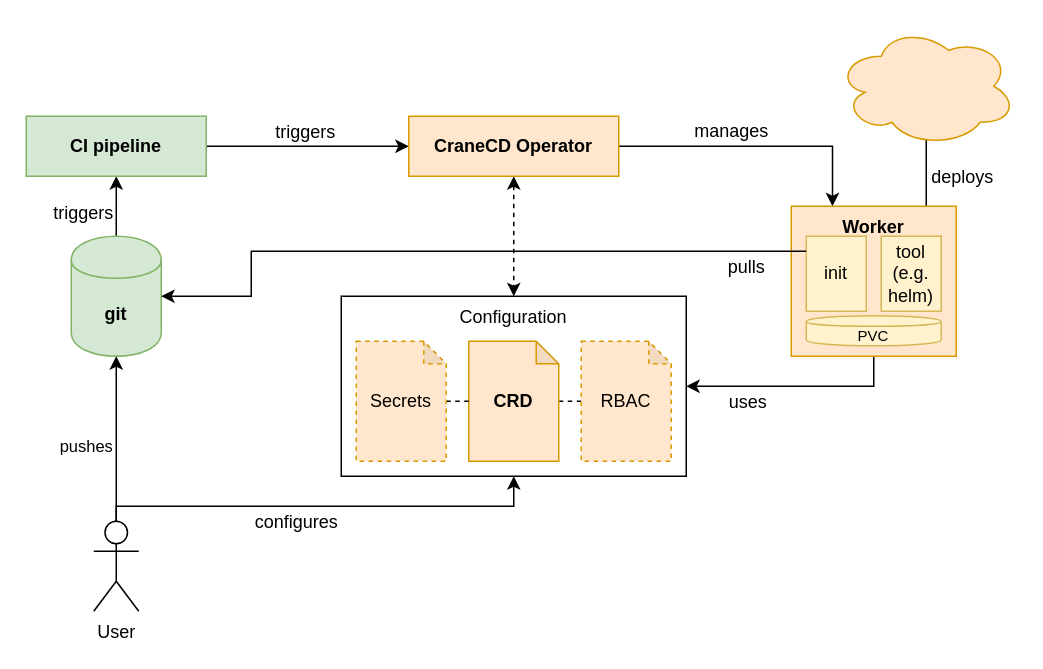
trevex/cranecd keeps this draw.io diagram as docs/overview.drawio. Above is the earlier version. Source tidied: cells renumbered, new cells numbered last; positions are measured from the earlier drawing's top-left corner, leaving out a move shared by most shapes. Both pictures are drawn from the tidied source at 150%, with x=0, y=0 at pixel (26, 26).
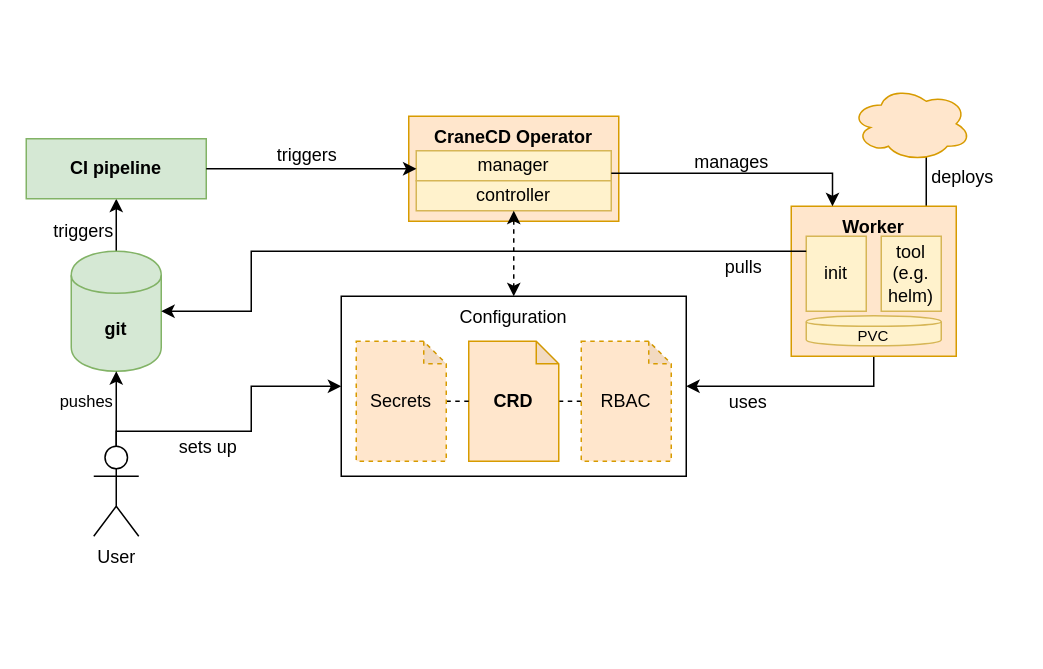
Above is the later version.

Commit message (it also covers changes not shown here):
Update to overview diagram

The change refers to these unchanged cells:
```xml
<mxCell id="2" value="Configuration" style="rounded=0;whiteSpace=wrap;html=1;verticalAlign=top;" parent="1" vertex="1">
  <mxGeometry x="210" y="180" width="230" height="120" as="geometry" />
</mxCell>
<mxCell id="25" value="Worker" style="rounded=0;whiteSpace=wrap;html=1;fillColor=#ffe6cc;strokeColor=#d79b00;fontStyle=1;verticalAlign=top;" parent="1" vertex="1">
  <mxGeometry x="510" y="120" width="110" height="100" as="geometry" />
</mxCell>
```

The edit, as a diff of the source:
```diff
@@
     <mxCell id="6" value="git" style="shape=cylinder;whiteSpace=wrap;html=1;boundedLbl=1;backgroundOutline=1;fillColor=#d5e8d4;strokeColor=#82b366;fontStyle=1;" parent="1" vertex="1">
-      <mxGeometry x="30" y="140" width="60" height="80" as="geometry" />
+      <mxGeometry x="30" y="150" width="60" height="80" as="geometry" />
     </mxCell>
-    <mxCell id="7" style="edgeStyle=orthogonalEdgeStyle;rounded=0;jettySize=auto;html=1;exitX=1;exitY=0.5;exitDx=0;exitDy=0;entryX=0;entryY=0.5;entryDx=0;entryDy=0;" parent="1" edge="1" source="9" target="12">
-      <mxGeometry relative="1" as="geometry" />
-    </mxCell>
-    <mxCell id="8" value="triggers" style="text;html=1;align=center;verticalAlign=middle;" parent="7" vertex="1">
-      <mxGeometry x="-0.29" y="-1" relative="1" as="geometry">
-        <mxPoint x="17" y="-11" as="offset" />
-      </mxGeometry>
-    </mxCell>
     <mxCell id="9" value="CI pipeline" style="rounded=0;whiteSpace=wrap;html=1;fillColor=#d5e8d4;strokeColor=#82b366;fontStyle=1;" parent="1" vertex="1">
-      <mxGeometry y="60" width="120" height="40" as="geometry" />
+      <mxGeometry y="75" width="120" height="40" as="geometry" />
     </mxCell>
-    <mxCell id="10" style="edgeStyle=none;rounded=0;jettySize=auto;html=1;exitX=0.5;exitY=1;exitDx=0;exitDy=0;endArrow=classic;endFill=1;startArrow=classic;startFill=1;dashed=1;" parent="1" edge="1" source="12">
-      <mxGeometry relative="1" as="geometry">
-        <mxPoint x="325" y="180" as="targetPoint" />
-      </mxGeometry>
-    </mxCell>
-    <mxCell id="11" style="edgeStyle=orthogonalEdgeStyle;rounded=0;jettySize=auto;html=1;exitX=1;exitY=0.5;exitDx=0;exitDy=0;entryX=0.25;entryY=0;entryDx=0;entryDy=0;startArrow=none;startFill=0;endArrow=classic;endFill=1;" parent="1" edge="1" source="12" target="25">
-      <mxGeometry relative="1" as="geometry" />
-    </mxCell>
-    <mxCell id="12" value="CraneCD Operator" style="rounded=0;whiteSpace=wrap;html=1;fillColor=#ffe6cc;strokeColor=#d79b00;fontStyle=1;" parent="1" vertex="1">
-      <mxGeometry x="255" y="60" width="140" height="40" as="geometry" />
+    <mxCell id="12" value="CraneCD Operator" style="rounded=0;whiteSpace=wrap;html=1;fillColor=#ffe6cc;strokeColor=#d79b00;fontStyle=1;verticalAlign=top;" parent="1" vertex="1">
+      <mxGeometry x="255" y="60" width="140" height="70" as="geometry" />
     </mxCell>
-    <mxCell id="13" value="pushes" style="edgeStyle=none;rounded=0;orthogonalLoop=1;jettySize=auto;html=1;exitX=0.5;exitY=0;exitDx=0;exitDy=0;exitPerimeter=0;entryX=0.5;entryY=1;entryDx=0;entryDy=0;endArrow=classic;endFill=1;" parent="1" edge="1">
-      <mxGeometry x="-0.09" y="20" relative="1" as="geometry">
-        <mxPoint x="60" y="330" as="sourcePoint" />
-        <mxPoint x="60" y="220" as="targetPoint" />
+    <mxCell id="13" value="pushes" style="edgeStyle=none;rounded=0;jettySize=auto;html=1;exitX=0.5;exitY=0;exitDx=0;exitDy=0;exitPerimeter=0;endArrow=classic;endFill=1;" parent="1" edge="1" source="16">
+      <mxGeometry x="0.2" y="20" relative="1" as="geometry">
+        <mxPoint x="60" y="230" as="targetPoint" />
       </mxGeometry>
     </mxCell>
-    <mxCell id="14" style="edgeStyle=orthogonalEdgeStyle;rounded=0;jettySize=auto;html=1;exitX=0.5;exitY=0;exitDx=0;exitDy=0;exitPerimeter=0;entryX=0.5;entryY=1;entryDx=0;entryDy=0;endArrow=classic;endFill=1;" parent="1" edge="1" source="16" target="2">
+    <mxCell id="14" style="edgeStyle=orthogonalEdgeStyle;rounded=0;jettySize=auto;html=1;exitX=0.5;exitY=0;exitDx=0;exitDy=0;exitPerimeter=0;entryX=0;entryY=0.5;entryDx=0;entryDy=0;endArrow=classic;endFill=1;" parent="1" edge="1" source="16" target="2">
       <mxGeometry relative="1" as="geometry">
         <Array as="points">
-          <mxPoint x="60" y="320" />
-          <mxPoint x="325" y="320" />
+          <mxPoint x="60" y="270" />
+          <mxPoint x="150" y="270" />
+          <mxPoint x="150" y="240" />
         </Array>
       </mxGeometry>
     </mxCell>
-    <mxCell id="15" value="configures" style="text;html=1;align=center;verticalAlign=middle;" parent="14" vertex="1">
+    <mxCell id="15" value="sets up" style="text;html=1;align=center;verticalAlign=middle;" parent="14" vertex="1">
       <mxGeometry x="-0.18" y="1" relative="1" as="geometry">
-        <mxPoint x="8.8" y="11" as="offset" />
+        <mxPoint x="-7.8" y="11" as="offset" />
       </mxGeometry>
     </mxCell>
     <mxCell id="16" value="User" style="shape=umlActor;verticalLabelPosition=bottom;labelBackgroundColor=#ffffff;verticalAlign=top;html=1;outlineConnect=0;" parent="1" vertex="1">
-      <mxGeometry x="45" y="330" width="30" height="60" as="geometry" />
+      <mxGeometry x="45" y="280" width="30" height="60" as="geometry" />
     </mxCell>
@@
     <mxCell id="26" value="manages" style="text;html=1;align=center;verticalAlign=middle;" parent="1" vertex="1">
-      <mxGeometry x="440" y="60" width="60" height="20" as="geometry" />
+      <mxGeometry x="440" y="81" width="60" height="20" as="geometry" />
     </mxCell>
     <mxCell id="27" style="ellipse;shape=cloud;whiteSpace=wrap;html=1;fillColor=#ffe6cc;strokeColor=#d79b00;" parent="1" vertex="1">
-      <mxGeometry x="540" width="120" height="80" as="geometry" />
+      <mxGeometry x="550" y="40" width="80" height="50" as="geometry" />
     </mxCell>
@@
     <mxCell id="29" style="edgeStyle=orthogonalEdgeStyle;rounded=0;jettySize=auto;html=1;entryX=1;entryY=0.5;entryDx=0;entryDy=0;startArrow=none;startFill=0;endArrow=classic;endFill=1;" parent="1" edge="1" target="6">
       <mxGeometry relative="1" as="geometry">
         <mxPoint x="520" y="150" as="sourcePoint" />
         <Array as="points">
           <mxPoint x="150" y="150" />
-          <mxPoint x="150" y="180" />
+          <mxPoint x="150" y="190" />
         </Array>
       </mxGeometry>
     </mxCell>
@@
+    <mxCell id="33" value="manager" style="rounded=0;whiteSpace=wrap;html=1;fillColor=#fff2cc;strokeColor=#d6b656;" parent="1" vertex="1">
+      <mxGeometry x="260" y="83" width="130" height="20" as="geometry" />
+    </mxCell>
+    <mxCell id="34" value="controller" style="rounded=0;whiteSpace=wrap;html=1;fillColor=#fff2cc;strokeColor=#d6b656;" parent="1" vertex="1">
+      <mxGeometry x="260" y="103" width="130" height="20" as="geometry" />
+    </mxCell>
+    <mxCell id="10" style="edgeStyle=none;rounded=0;jettySize=auto;html=1;exitX=0.5;exitY=1;exitDx=0;exitDy=0;endArrow=classic;endFill=1;startArrow=classic;startFill=1;dashed=1;" parent="1" edge="1" source="34">
+      <mxGeometry relative="1" as="geometry">
+        <mxPoint x="325" y="180" as="targetPoint" />
+      </mxGeometry>
+    </mxCell>
+    <mxCell id="7" style="edgeStyle=orthogonalEdgeStyle;rounded=0;jettySize=auto;html=1;exitX=1;exitY=0.5;exitDx=0;exitDy=0;entryX=0.001;entryY=0.601;entryDx=0;entryDy=0;entryPerimeter=0;" parent="1" edge="1" source="9" target="33">
+      <mxGeometry relative="1" as="geometry" />
+    </mxCell>
+    <mxCell id="8" value="triggers" style="text;html=1;align=center;verticalAlign=middle;" parent="7" vertex="1">
+      <mxGeometry x="-0.29" y="-1" relative="1" as="geometry">
+        <mxPoint x="17" y="-11" as="offset" />
+      </mxGeometry>
+    </mxCell>
+    <mxCell id="11" style="edgeStyle=orthogonalEdgeStyle;rounded=0;jettySize=auto;html=1;exitX=1;exitY=0.75;exitDx=0;exitDy=0;entryX=0.25;entryY=0;entryDx=0;entryDy=0;startArrow=none;startFill=0;endArrow=classic;endFill=1;" parent="1" edge="1" source="33" target="25">
+      <mxGeometry relative="1" as="geometry" />
+    </mxCell>
```
